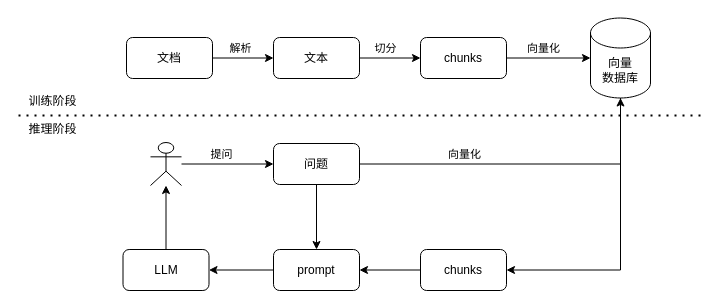
Before: page "基础RAG方案" (1 of 2) of AI应用技术分享.drawio in joeylin/draw.io, a draw.io diagram. Source tidied: cells renumbered, new cells numbered last; positions are measured from the earlier drawing's top-left corner, leaving out a move shared by most shapes. Both pictures are drawn from the tidied source at 100%, with x=0, y=0 at pixel (18, 17).
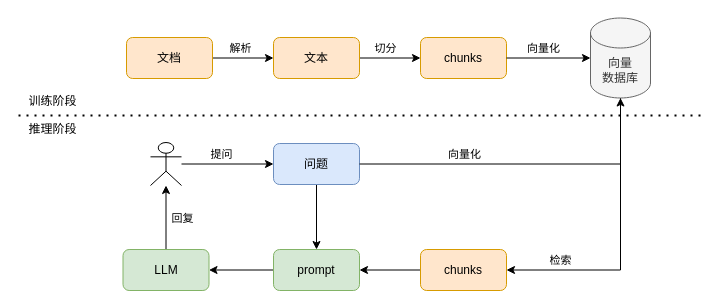
The same page after the edit.

Commit message:
更新AI应用技术分享.drawio

The change refers to these unchanged cells:
```xml
<mxCell id="9" style="edgeStyle=orthogonalEdgeStyle;rounded=0;jettySize=auto;html=1;entryX=1;entryY=0.5;entryDx=0;entryDy=0;exitX=0.5;exitY=1;exitDx=0;exitDy=0;exitPerimeter=0;" parent="1" edge="1" source="10" target="20">
  <mxGeometry relative="1" as="geometry" />
</mxCell>
<mxCell id="21" style="edgeStyle=orthogonalEdgeStyle;rounded=0;jettySize=auto;html=1;" parent="1" edge="1" source="22" target="25">
  <mxGeometry relative="1" as="geometry" />
</mxCell>
```

The edit, as a diff of the source:
```diff
@@
-    <mxCell id="4" value="文档" style="rounded=1;whiteSpace=wrap;html=1;" parent="1" vertex="1">
+    <mxCell id="4" value="文档" style="rounded=1;whiteSpace=wrap;html=1;fillColor=#ffe6cc;strokeColor=#d79b00;" parent="1" vertex="1">
       <mxGeometry x="108" y="20" width="86" height="41" as="geometry" />
     </mxCell>
@@
-    <mxCell id="7" value="文本" style="rounded=1;whiteSpace=wrap;html=1;" parent="1" vertex="1">
+    <mxCell id="7" value="文本" style="rounded=1;whiteSpace=wrap;html=1;fillColor=#ffe6cc;strokeColor=#d79b00;" parent="1" vertex="1">
       <mxGeometry x="255" y="20" width="86" height="41" as="geometry" />
     </mxCell>
-    <mxCell id="8" value="chunks" style="rounded=1;whiteSpace=wrap;html=1;" parent="1" vertex="1">
+    <mxCell id="8" value="chunks" style="rounded=1;whiteSpace=wrap;html=1;fillColor=#ffe6cc;strokeColor=#d79b00;" parent="1" vertex="1">
       <mxGeometry x="402" y="20" width="86" height="41" as="geometry" />
     </mxCell>
@@
+    <mxCell id="29" value="检索" style="edgeLabel;html=1;align=center;verticalAlign=middle;" parent="9" vertex="1">
+      <mxGeometry x="-0.15" y="1" relative="1" as="geometry">
+        <mxPoint x="-62" y="40" as="offset" />
+      </mxGeometry>
+    </mxCell>
-    <mxCell id="10" value="向量&lt;div&gt;数据库&lt;/div&gt;" style="shape=cylinder3;whiteSpace=wrap;html=1;boundedLbl=1;backgroundOutline=1;size=15;" parent="1" vertex="1">
+    <mxCell id="10" value="向量&lt;div&gt;数据库&lt;/div&gt;" style="shape=cylinder3;whiteSpace=wrap;html=1;boundedLbl=1;backgroundOutline=1;size=15;fillColor=#f5f5f5;fontColor=#333333;strokeColor=#666666;" parent="1" vertex="1">
       <mxGeometry x="572" y="0.5" width="60" height="80" as="geometry" />
     </mxCell>
@@
-    <mxCell id="14" value="问题" style="rounded=1;whiteSpace=wrap;html=1;" parent="1" vertex="1">
+    <mxCell id="14" value="问题" style="rounded=1;whiteSpace=wrap;html=1;fillColor=#dae8fc;strokeColor=#6c8ebf;" parent="1" vertex="1">
       <mxGeometry x="255" y="126" width="86" height="41" as="geometry" />
     </mxCell>
@@
-    <mxCell id="18" value="prompt" style="rounded=1;whiteSpace=wrap;html=1;" parent="1" vertex="1">
+    <mxCell id="18" value="prompt" style="rounded=1;whiteSpace=wrap;html=1;fillColor=#d5e8d4;strokeColor=#82b366;" parent="1" vertex="1">
       <mxGeometry x="255" y="232" width="86" height="41" as="geometry" />
     </mxCell>
@@
-    <mxCell id="20" value="chunks" style="rounded=1;whiteSpace=wrap;html=1;" parent="1" vertex="1">
+    <mxCell id="20" value="chunks" style="rounded=1;whiteSpace=wrap;html=1;fillColor=#ffe6cc;strokeColor=#d79b00;" parent="1" vertex="1">
       <mxGeometry x="402" y="232" width="86" height="41" as="geometry" />
     </mxCell>
@@
+    <mxCell id="30" value="回复" style="edgeLabel;html=1;align=center;verticalAlign=middle;" parent="21" vertex="1">
+      <mxGeometry x="0.05" relative="1" as="geometry">
+        <mxPoint x="16" y="2" as="offset" />
+      </mxGeometry>
+    </mxCell>
-    <mxCell id="22" value="LLM" style="rounded=1;whiteSpace=wrap;html=1;" parent="1" vertex="1">
+    <mxCell id="22" value="LLM" style="rounded=1;whiteSpace=wrap;html=1;fillColor=#d5e8d4;strokeColor=#82b366;" parent="1" vertex="1">
       <mxGeometry x="104.5" y="232" width="86" height="41" as="geometry" />
     </mxCell>
```
